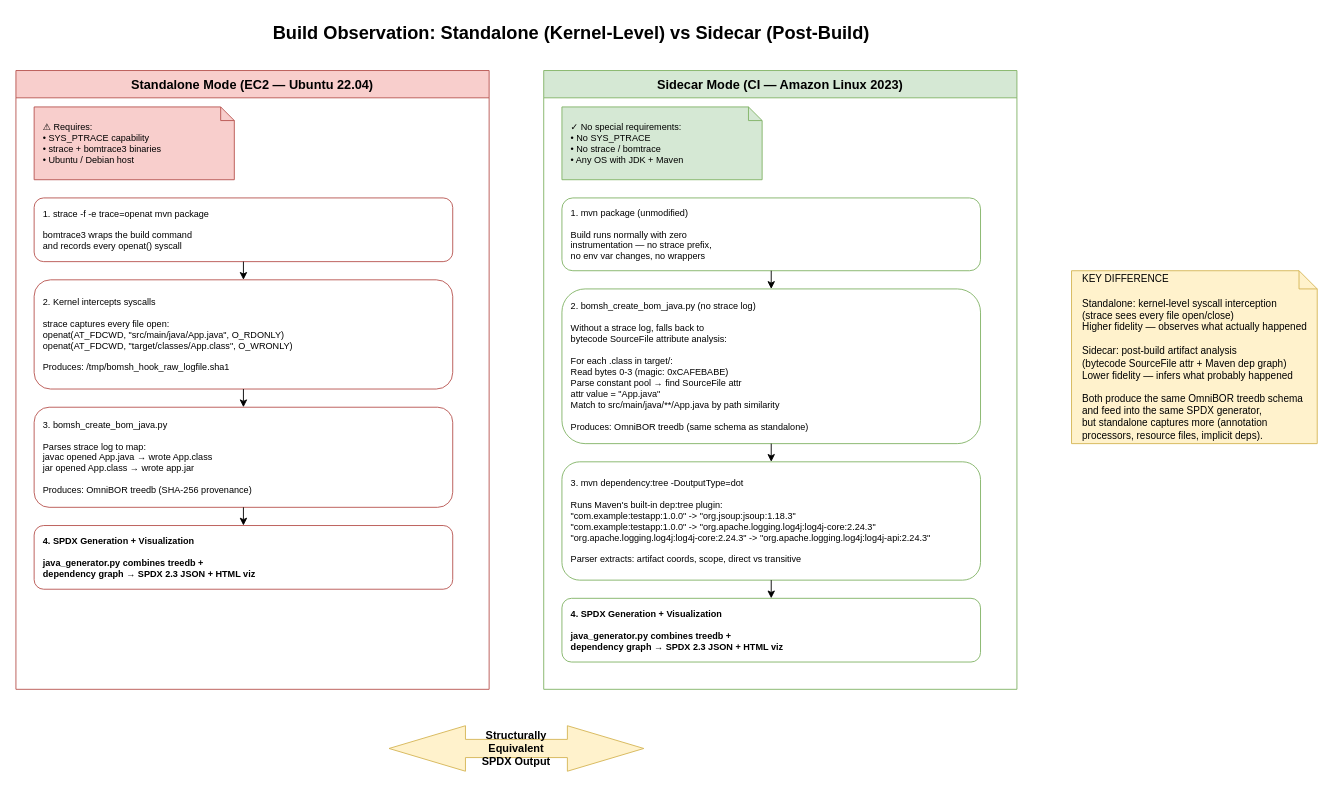
Earlier version of the draw.io diagram docs/build-interception.drawio (tedg-dev/omnibor-java-testapp). Source tidied: cells renumbered, new cells numbered last; positions are measured from the earlier drawing's top-left corner, leaving out a move shared by most shapes. Both pictures are drawn from the tidied source at 91%, with x=0, y=0 at pixel (15, 15).
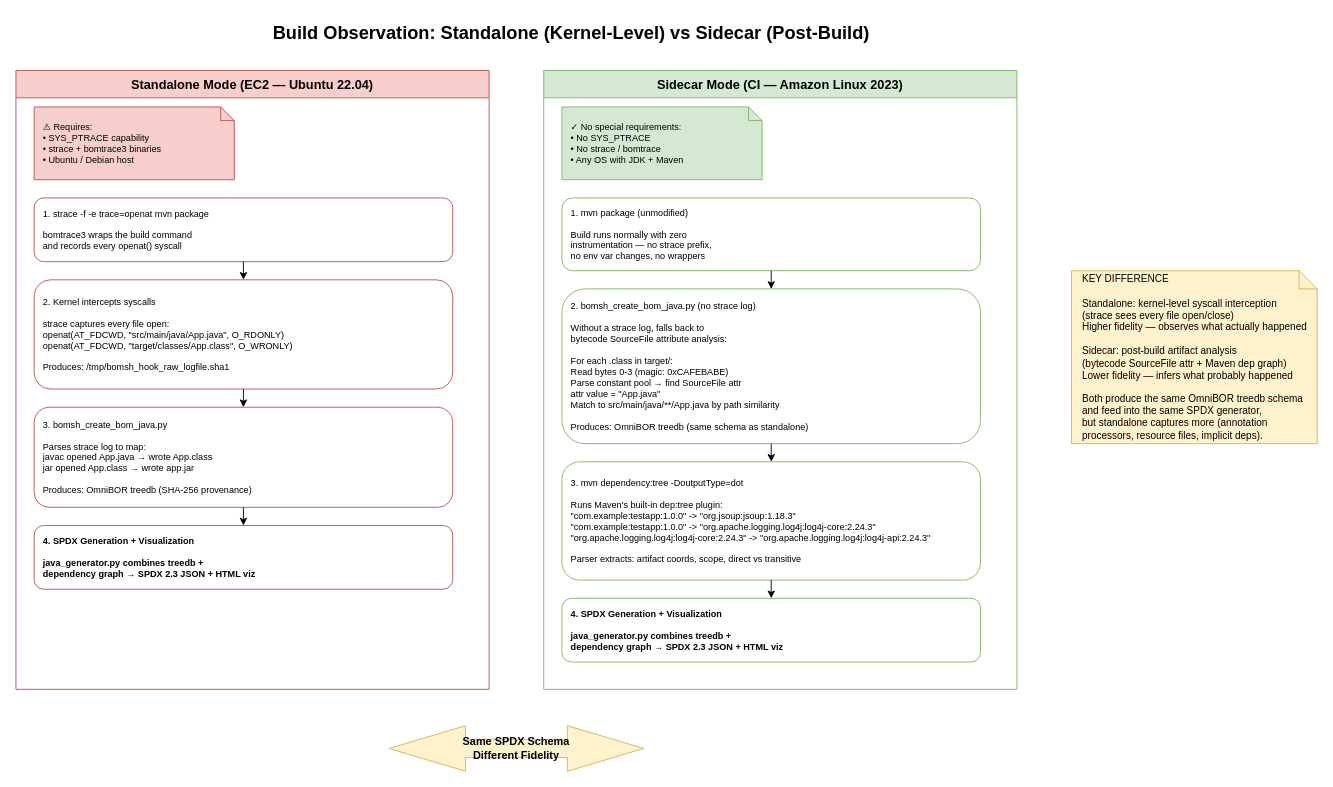
The same diagram, later.

Commit message (it also covers changes not shown here):
docs: honest rewrite — industry comparison, trimmed README, fidelity-accurate diagram

What changed in the source:
```diff
@@
-    <mxCell id="21" value="Structurally&#10;Equivalent&#10;SPDX Output" style="shape=doubleArrow;whiteSpace=wrap;html=1;fillColor=#fff2cc;strokeColor=#d6b656;fontSize=12;fontStyle=1;arrowWidth=0.4;arrowSize=0.3;" parent="1" vertex="1">
+    <mxCell id="21" value="Same SPDX Schema&#10;Different Fidelity" style="shape=doubleArrow;whiteSpace=wrap;html=1;fillColor=#fff2cc;strokeColor=#d6b656;fontSize=12;fontStyle=1;arrowWidth=0.4;arrowSize=0.3;" parent="1" vertex="1">
       <mxGeometry x="410" y="780" width="280" height="50" as="geometry" />
     </mxCell>
```
